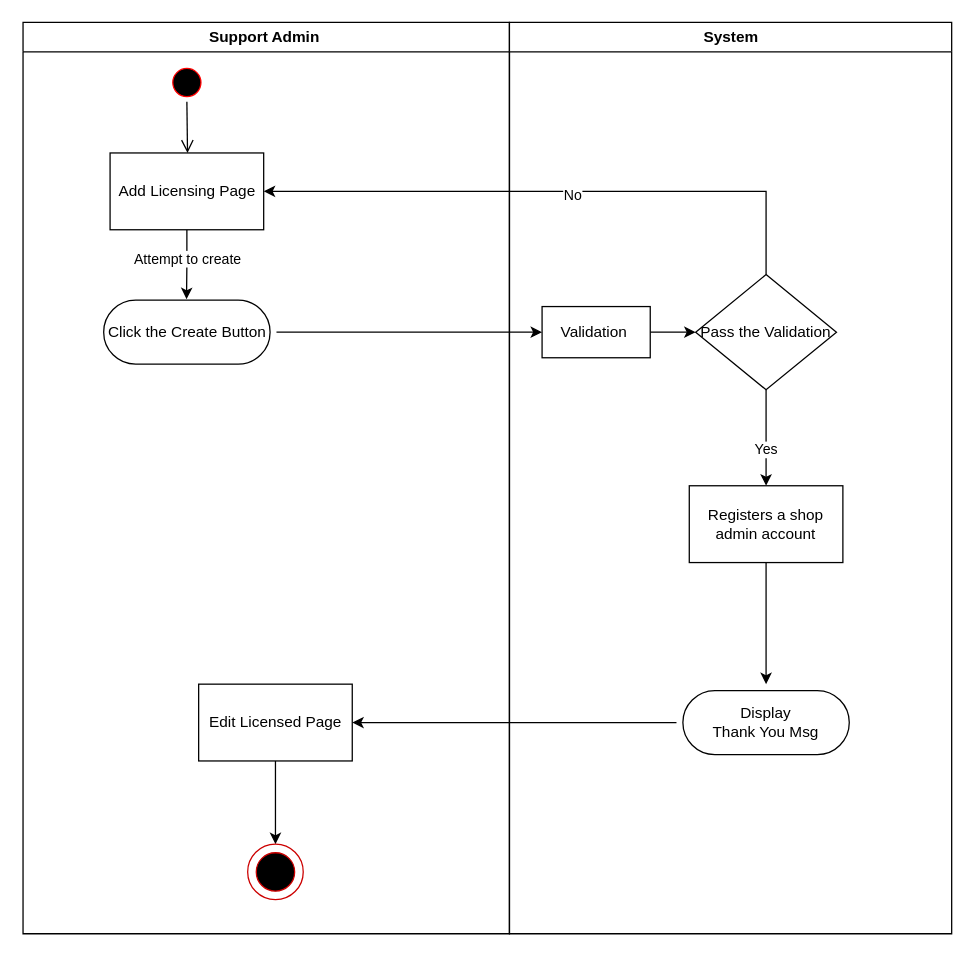
Awrmani/AutoQuotes keeps this draw.io diagram as Activity_Diagrams/Support/LicenseToMechanicShop.drawio. Above is the earlier version. Source tidied: cells renumbered, new cells numbered last; positions are measured from the earlier drawing's top-left corner, leaving out a move shared by most shapes. Both pictures are drawn from the tidied source at 128%, with x=0, y=0 at pixel (22, 22).
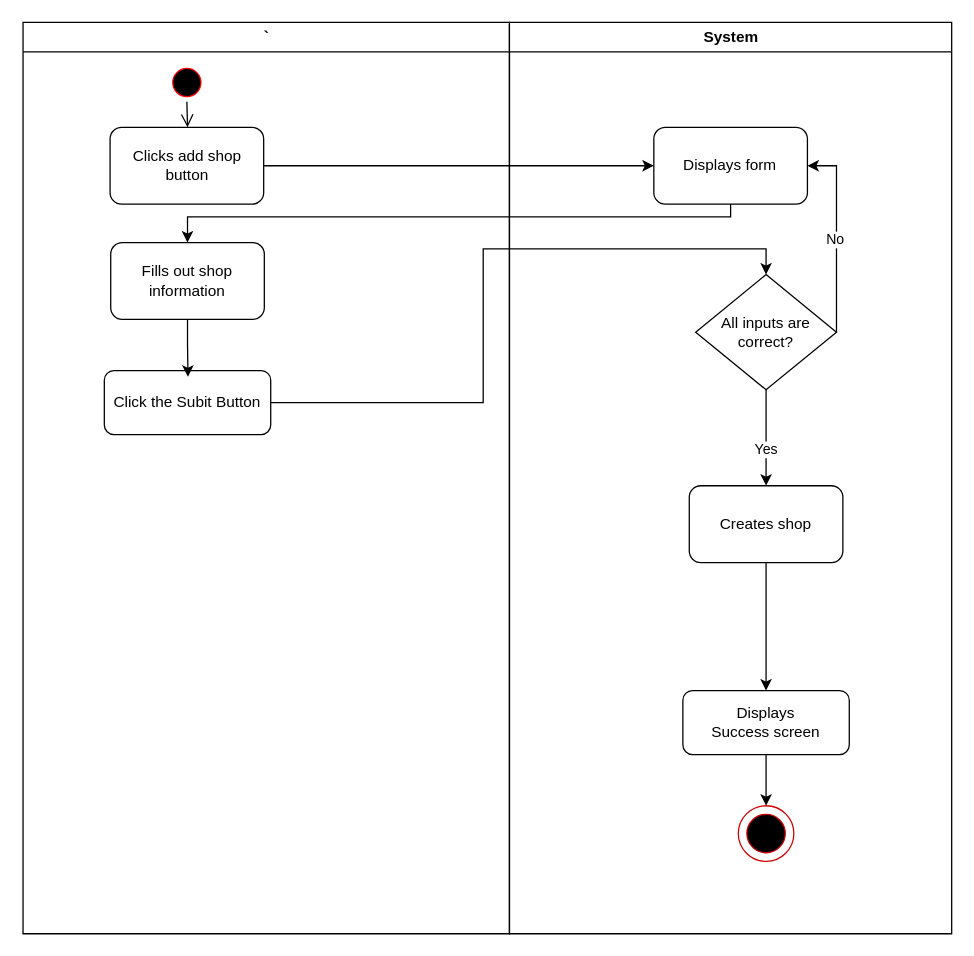
The same diagram, later.

The change refers to these unchanged cells:
```xml
<mxCell id="3" style="ellipse;shape=startState;fillColor=#000000;strokeColor=#ff0000;" parent="2" vertex="1">
  <mxGeometry x="113" y="32" width="30" height="30" as="geometry" />
</mxCell>
<mxCell id="14" value="System" style="swimlane;whiteSpace=wrap;" parent="1" vertex="1">
  <mxGeometry x="380.5" width="345.5" height="712" as="geometry" />
</mxCell>
```

The edit, as a diff of the source:
```diff
@@
-    <mxCell id="2" value="Support Admin " style="swimlane;whiteSpace=wrap;" parent="1" vertex="1">
+    <mxCell id="2" value="`" style="swimlane;whiteSpace=wrap;" parent="1" vertex="1">
       <mxGeometry x="0.5" width="380" height="712" as="geometry" />
     </mxCell>
@@
-    <mxCell id="4" style="edgeStyle=elbowEdgeStyle;elbow=horizontal;verticalAlign=bottom;endArrow=open;endSize=8;strokeColor=#000000;endFill=1;rounded=0;entryX=0.5;entryY=0;entryDx=0;entryDy=0;" parent="2" edge="1" source="3">
-      <mxGeometry x="100" y="40" as="geometry">
-        <mxPoint x="128" y="102" as="targetPoint" />
-      </mxGeometry>
+    <mxCell id="4" style="edgeStyle=elbowEdgeStyle;elbow=horizontal;verticalAlign=bottom;endArrow=open;endSize=8;strokeColor=#000000;endFill=1;rounded=0;entryX=0.5;entryY=0;entryDx=0;entryDy=0;" parent="2" edge="1" source="3" target="27">
+      <mxGeometry x="100" y="40" as="geometry" />
     </mxCell>
-    <mxCell id="5" style="edgeStyle=orthogonalEdgeStyle;rounded=0;jettySize=auto;html=1;entryX=0.498;entryY=0.07;entryDx=0;entryDy=0;entryPerimeter=0;" parent="2" edge="1" source="7" target="8">
-      <mxGeometry relative="1" as="geometry" />
-    </mxCell>
-    <mxCell id="6" value="Attempt to create" style="edgeLabel;html=1;align=center;verticalAlign=middle;" parent="5" vertex="1">
-      <mxGeometry x="0.17" y="1" relative="1" as="geometry">
-        <mxPoint x="-1" y="-9" as="offset" />
-      </mxGeometry>
-    </mxCell>
-    <mxCell id="7" value="Add Licensing Page" style="rounded=0;whiteSpace=wrap;html=1;" parent="2" vertex="1">
-      <mxGeometry x="68" y="102" width="120" height="60" as="geometry" />
-    </mxCell>
-    <mxCell id="8" value="Click the Create Button" style="rounded=1;whiteSpace=wrap;html=1;perimeterSpacing=5;arcSize=50;" parent="2" vertex="1">
-      <mxGeometry x="63" y="217" width="130" height="50" as="geometry" />
+    <mxCell id="8" value="Click the Subit Button" style="rounded=1;whiteSpace=wrap;html=1;" parent="2" vertex="1">
+      <mxGeometry x="63.5" y="272" width="130" height="50" as="geometry" />
     </mxCell>
-    <mxCell id="9" style="edgeStyle=orthogonalEdgeStyle;rounded=0;jettySize=auto;html=1;fontSize=12;" parent="2" edge="1" source="10" target="12">
-      <mxGeometry relative="1" as="geometry" />
-    </mxCell>
-    <mxCell id="10" value="Edit Licensed Page" style="rounded=0;whiteSpace=wrap;html=1;fontSize=12;strokeColor=default;fillColor=default;" parent="2" vertex="1">
-      <mxGeometry x="137.2" y="517" width="120" height="60" as="geometry" />
-    </mxCell>
-    <mxCell id="11" style="group;" parent="2" vertex="1">
-      <mxGeometry x="175.5" y="642" width="43.4" height="43.4" as="geometry" />
-    </mxCell>
-    <mxCell id="12" style="ellipse;whiteSpace=wrap;html=1;fillColor=none;strokeColor=#CC0000;" parent="11" vertex="1">
-      <mxGeometry width="43.4" height="43.4" as="geometry" />
-    </mxCell>
-    <mxCell id="13" style="ellipse;whiteSpace=wrap;html=1;fillColor=#000000;strokeColor=#CC0000;" parent="11" vertex="1">
-      <mxGeometry x="6.7" y="6.7" width="30" height="30" as="geometry" />
-    </mxCell>
+    <mxCell id="27" value="Clicks add shop button" style="rounded=1;whiteSpace=wrap;html=1;" parent="2" vertex="1">
+      <mxGeometry x="68" y="82" width="120" height="60" as="geometry" />
+    </mxCell>
+    <mxCell id="28" style="edgeStyle=orthogonalEdgeStyle;rounded=0;jettySize=auto;html=1;entryX=0.503;entryY=0.098;entryDx=0;entryDy=0;entryPerimeter=0;" parent="2" edge="1" source="29" target="8">
+      <mxGeometry relative="1" as="geometry" />
+    </mxCell>
+    <mxCell id="29" value="Fills out shop information" style="rounded=1;whiteSpace=wrap;html=1;" parent="2" vertex="1">
+      <mxGeometry x="68.5" y="172" width="120" height="60" as="geometry" />
+    </mxCell>
@@
-    <mxCell id="15" style="edgeStyle=orthogonalEdgeStyle;rounded=0;jettySize=auto;html=1;" parent="14" edge="1" source="16" target="19">
-      <mxGeometry relative="1" as="geometry" />
-    </mxCell>
-    <mxCell id="16" value="Validation&amp;nbsp;" style="rounded=0;whiteSpace=wrap;html=1;fontSize=12;strokeColor=default;fillColor=default;" parent="14" vertex="1">
-      <mxGeometry x="25.5" y="222" width="84.5" height="40" as="geometry" />
-    </mxCell>
-    <mxCell id="17" style="edgeStyle=orthogonalEdgeStyle;rounded=0;jettySize=auto;html=1;" parent="14" edge="1" source="19" target="21">
+    <mxCell id="17" style="edgeStyle=orthogonalEdgeStyle;rounded=0;jettySize=auto;html=1;entryX=0.5;entryY=0;entryDx=0;entryDy=0;" parent="14" edge="1" source="19" target="31">
       <mxGeometry relative="1" as="geometry" />
     </mxCell>
@@
-    <mxCell id="19" value="Pass the Validation" style="rhombus;whiteSpace=wrap;html=1;fontSize=12;strokeColor=default;fillColor=default;" parent="14" vertex="1">
+    <mxCell id="19" value="All inputs are correct?" style="rhombus;whiteSpace=wrap;html=1;fontSize=12;strokeColor=default;fillColor=default;" parent="14" vertex="1">
       <mxGeometry x="145.5" y="197" width="110" height="90" as="geometry" />
     </mxCell>
-    <mxCell id="20" style="edgeStyle=orthogonalEdgeStyle;rounded=0;jettySize=auto;html=1;" parent="14" edge="1" source="21" target="22">
+    <mxCell id="20" style="edgeStyle=orthogonalEdgeStyle;rounded=0;jettySize=auto;html=1;exitX=0.5;exitY=1;exitDx=0;exitDy=0;" parent="14" edge="1" source="31" target="22">
       <mxGeometry relative="1" as="geometry" />
     </mxCell>
-    <mxCell id="21" value="Registers a shop admin account" style="rounded=0;whiteSpace=wrap;html=1;fontSize=12;strokeColor=default;fillColor=default;" parent="14" vertex="1">
-      <mxGeometry x="140.5" y="362" width="120" height="60" as="geometry" />
-    </mxCell>
-    <mxCell id="22" value="Display &lt;br&gt;Thank You Msg" style="rounded=1;whiteSpace=wrap;html=1;perimeterSpacing=5;arcSize=50;" parent="14" vertex="1">
+    <mxCell id="22" value="Displays&lt;br&gt;Success screen" style="rounded=1;whiteSpace=wrap;html=1;" parent="14" vertex="1">
       <mxGeometry x="135.5" y="522" width="130" height="50" as="geometry" />
     </mxCell>
+    <mxCell id="30" value="Displays form" style="rounded=1;whiteSpace=wrap;html=1;" parent="14" vertex="1">
+      <mxGeometry x="112.8" y="82" width="120" height="60" as="geometry" />
+    </mxCell>
-    <mxCell id="23" style="edgeStyle=orthogonalEdgeStyle;rounded=0;jettySize=auto;html=1;entryX=1;entryY=0.5;entryDx=0;entryDy=0;" parent="1" edge="1" source="19" target="7">
+    <mxCell id="23" style="edgeStyle=orthogonalEdgeStyle;rounded=0;jettySize=auto;html=1;exitX=1;exitY=0.5;exitDx=0;exitDy=0;entryX=1;entryY=0.5;entryDx=0;entryDy=0;" parent="14" edge="1" source="19" target="30">
       <mxGeometry relative="1" as="geometry">
         <Array as="points">
-          <mxPoint x="581" y="132" />
+          <mxPoint x="256" y="112" />
         </Array>
       </mxGeometry>
     </mxCell>
@@
+    <mxCell id="31" value="Creates shop" style="rounded=1;whiteSpace=wrap;html=1;" parent="14" vertex="1">
+      <mxGeometry x="140.5" y="362" width="120" height="60" as="geometry" />
+    </mxCell>
+    <mxCell id="26" style="edgeStyle=orthogonalEdgeStyle;rounded=0;jettySize=auto;html=1;entryX=0.5;entryY=0;entryDx=0;entryDy=0;" parent="14" edge="1" source="22" target="12">
+      <mxGeometry relative="1" as="geometry" />
+    </mxCell>
+    <mxCell id="11" style="group;" parent="14" vertex="1">
+      <mxGeometry x="178.8" y="612" width="43.4" height="43.4" as="geometry" />
+    </mxCell>
+    <mxCell id="12" style="ellipse;whiteSpace=wrap;html=1;fillColor=none;strokeColor=#CC0000;" parent="11" vertex="1">
+      <mxGeometry width="43.4" height="43.4" as="geometry" />
+    </mxCell>
+    <mxCell id="13" style="ellipse;whiteSpace=wrap;html=1;fillColor=#000000;strokeColor=#CC0000;" parent="11" vertex="1">
+      <mxGeometry x="6.7" y="6.7" width="30" height="30" as="geometry" />
+    </mxCell>
-    <mxCell id="25" style="edgeStyle=orthogonalEdgeStyle;rounded=0;jettySize=auto;html=1;" parent="1" edge="1" source="8" target="16">
+    <mxCell id="25" style="edgeStyle=orthogonalEdgeStyle;rounded=0;jettySize=auto;html=1;entryX=0.5;entryY=0;entryDx=0;entryDy=0;" parent="1" edge="1" source="8" target="19">
       <mxGeometry relative="1" as="geometry" />
     </mxCell>
-    <mxCell id="26" style="edgeStyle=orthogonalEdgeStyle;rounded=0;jettySize=auto;html=1;entryX=1;entryY=0.5;entryDx=0;entryDy=0;" parent="1" edge="1" source="22" target="10">
-      <mxGeometry relative="1" as="geometry" />
-    </mxCell>
+    <mxCell id="32" style="edgeStyle=orthogonalEdgeStyle;rounded=0;jettySize=auto;html=1;exitX=1;exitY=0.5;exitDx=0;exitDy=0;entryX=0;entryY=0.5;entryDx=0;entryDy=0;" parent="1" edge="1" source="27" target="30">
+      <mxGeometry relative="1" as="geometry" />
+    </mxCell>
+    <mxCell id="33" style="edgeStyle=orthogonalEdgeStyle;rounded=0;jettySize=auto;html=1;exitX=0.5;exitY=1;exitDx=0;exitDy=0;" parent="1" edge="1" source="30" target="29">
+      <mxGeometry relative="1" as="geometry">
+        <Array as="points">
+          <mxPoint x="553" y="152" />
+          <mxPoint x="129" y="152" />
+        </Array>
+      </mxGeometry>
+    </mxCell>
```
